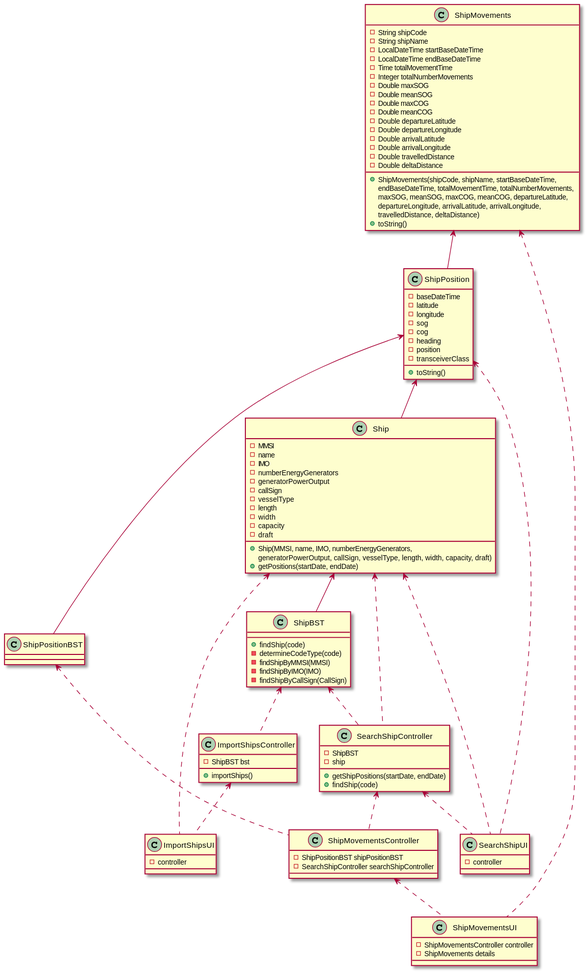
Before: docs/Sprint 1/Class Diagram/CD.svg, a diagram exported from PlantUML (1190772/LAB-Project-3). Its diagram source:
```plantuml
@startuml

class SearchShipUI {
- controller
}

class SearchShipController {
- ShipBST
- ship
+ getShipPositions(startDate, endDate)
+ findShip(code)
}

class ShipBST {
+ findShip(code)
- determineCodeType(code)
- findShipByMMSI(MMSI)
- findShipByIMO(IMO)
- findShipByCallSign(CallSign)
}

class Ship {
-MMSI
-name
-IMO
-numberEnergyGenerators
-generatorPowerOutput
-callSign
-vesselType
-length
-width
-capacity
-draft
+ Ship(MMSI, name, IMO, numberEnergyGenerators,
          generatorPowerOutput, callSign, vesselType, length, width, capacity, draft)
+ getPositions(startDate, endDate)
}

class ShipPosition {
-baseDateTime
-latitude
-longitude
-sog
-cog
-heading
-position
-transceiverClass
+ toString()
}

class ShipMovementsUI {
- ShipMovementsController controller
- ShipMovements details
}

class ShipMovementsController {
- ShipPositionBST shipPositionBST
- SearchShipController searchShipController
}

class ShipMovements {
- String shipCode
- String shipName
- LocalDateTime startBaseDateTime
- LocalDateTime endBaseDateTime
- Time totalMovementTime
- Integer totalNumberMovements
- Double maxSOG
- Double meanSOG
- Double maxCOG
- Double meanCOG
- Double departureLatitude
- Double departureLongitude
- Double arrivalLatitude
- Double arrivalLongitude
- Double travelledDistance
- Double deltaDistance
+ ShipMovements(shipCode, shipName, startBaseDateTime, \nendBaseDateTime, totalMovementTime, totalNumberMovements, \nmaxSOG, meanSOG, maxCOG, meanCOG, departureLatitude, \ndepartureLongitude, arrivalLatitude, arrivalLongitude, \ntravelledDistance, deltaDistance)
+ toString()
}

class ShipPositionBST

class ImportShipsUI {
- controller
}

class ImportShipsController {
+ importShips()
- ShipBST bst
}


ImportShipsController <.. ImportShipsUI
Ship <.. ImportShipsUI
ShipBST <.. ImportShipsController


ShipMovementsController <.. ShipMovementsUI
ShipMovements <.. ShipMovementsUI
SearchShipController <.. ShipMovementsController
ShipPositionBST <.. ShipMovementsController


SearchShipController <.. SearchShipUI
ShipPosition <.. SearchShipUI
Ship <.. SearchShipUI
Ship <.. SearchShipController
ShipBST <.. SearchShipController


ShipPosition <-- Ship
Ship <-- ShipBST
ShipMovements <-- ShipPosition
ShipPosition <-- ShipPositionBST







@enduml
```
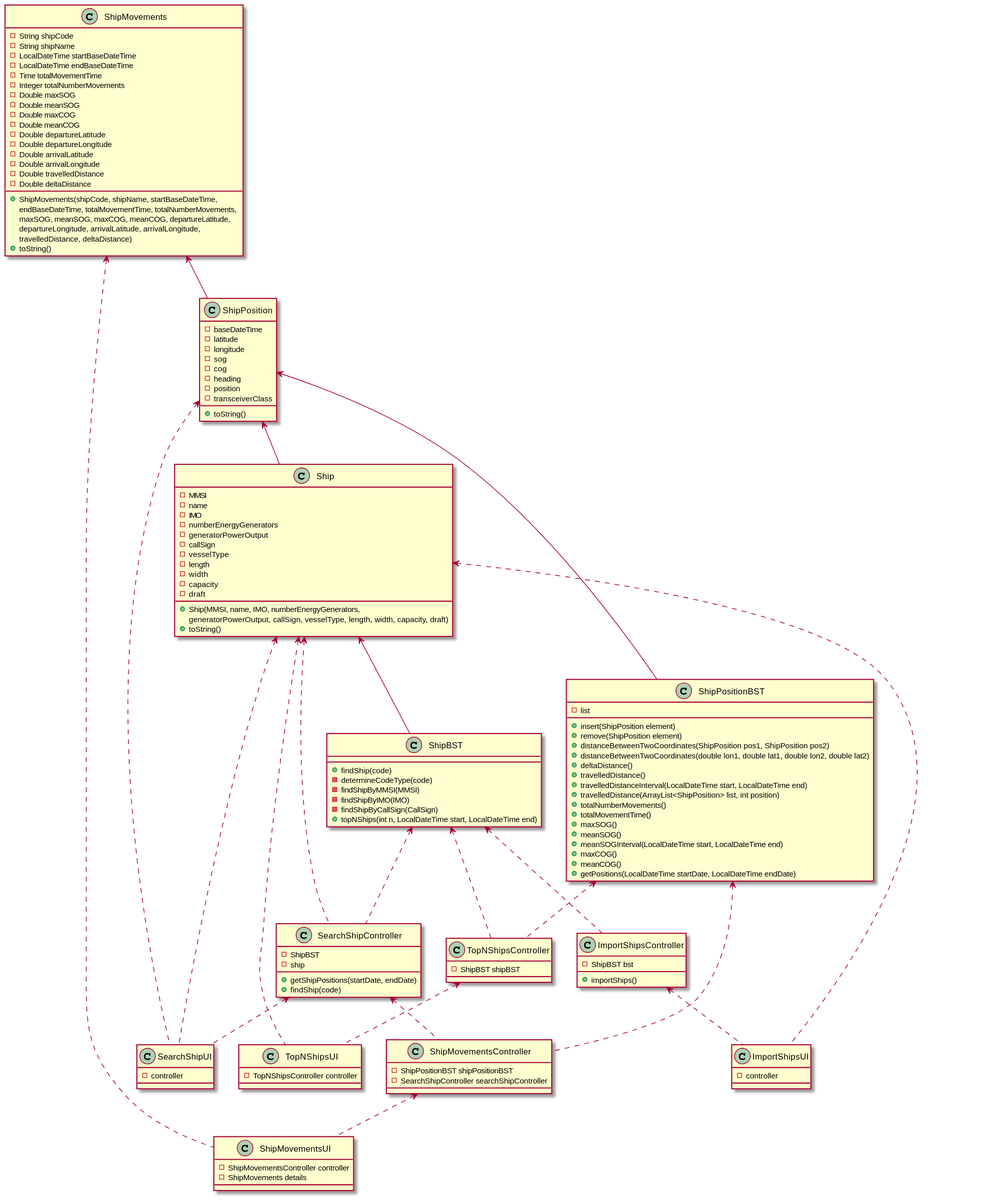
After the change.

Commit message:
Atualização do Class Diagram.

Diff of the diagram source:
```diff
@@ -17,6 +17,7 @@
 - findShipByMMSI(MMSI)
 - findShipByIMO(IMO)
 - findShipByCallSign(CallSign)
++ topNShips(int n, LocalDateTime start, LocalDateTime end)
 }
 
 class Ship {
@@ -33,7 +34,7 @@
 -draft
 + Ship(MMSI, name, IMO, numberEnergyGenerators,
           generatorPowerOutput, callSign, vesselType, length, width, capacity, draft)
-+ getPositions(startDate, endDate)
++ toString()
 }
 
 class ShipPosition {
@@ -79,8 +80,6 @@
 + toString()
 }
 
-class ShipPositionBST
-
 class ImportShipsUI {
 - controller
 }
@@ -88,6 +87,34 @@
 class ImportShipsController {
 + importShips()
 - ShipBST bst
+}
+
+class TopNShipsUI {
+- TopNShipsController controller
+}
+
+class TopNShipsController {
+- ShipBST shipBST
+}
+
+class ShipPositionBST {
+-list
++insert(ShipPosition element)
++remove(ShipPosition element)
++distanceBetweenTwoCoordinates(ShipPosition pos1, ShipPosition pos2)
++distanceBetweenTwoCoordinates(double lon1, double lat1, double lon2, double lat2)
++deltaDistance()
++travelledDistance()
++travelledDistanceInterval(LocalDateTime start, LocalDateTime end)
++travelledDistance(ArrayList<ShipPosition> list, int position)
++totalNumberMovements()
++totalMovementTime()
++maxSOG()
++meanSOG()
++meanSOGInterval(LocalDateTime start, LocalDateTime end)
++maxCOG()
++meanCOG()
++getPositions(LocalDateTime startDate, LocalDateTime endDate)
 }
 
 
@@ -115,9 +142,10 @@
 ShipPosition <-- ShipPositionBST
 
 
-
-
-
+TopNShipsController <.. TopNShipsUI
+ShipBST <.. TopNShipsController
+Ship <.. TopNShipsUI
+ShipPositionBST <.. TopNShipsController
 
 
 @enduml
```
